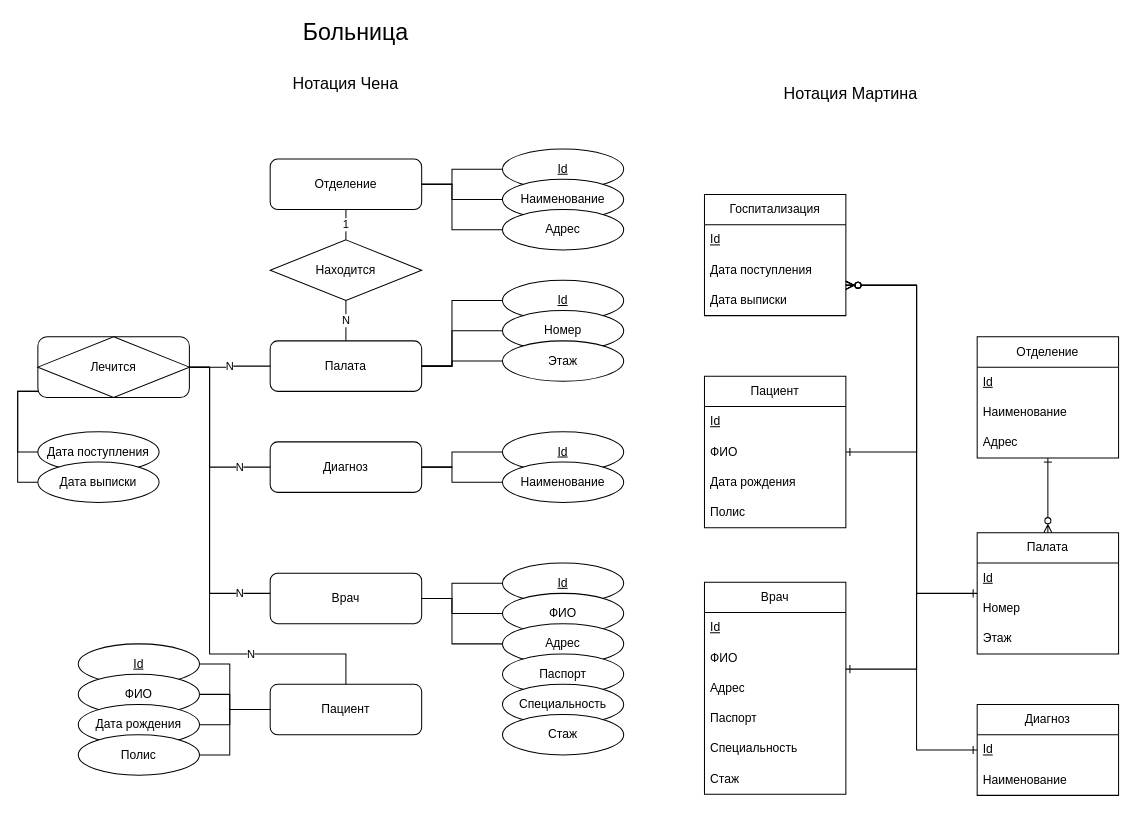
The draw.io diagram solutions/3.hospital.drawio in kireyevsv/nsu-course-databases-lab-er, before the edit. Source tidied: cells renumbered, new cells numbered last; positions are measured from the earlier drawing's top-left corner, leaving out a move shared by most shapes. Both pictures are drawn from the tidied source at 101%, with x=0, y=0 at pixel (17, 17).
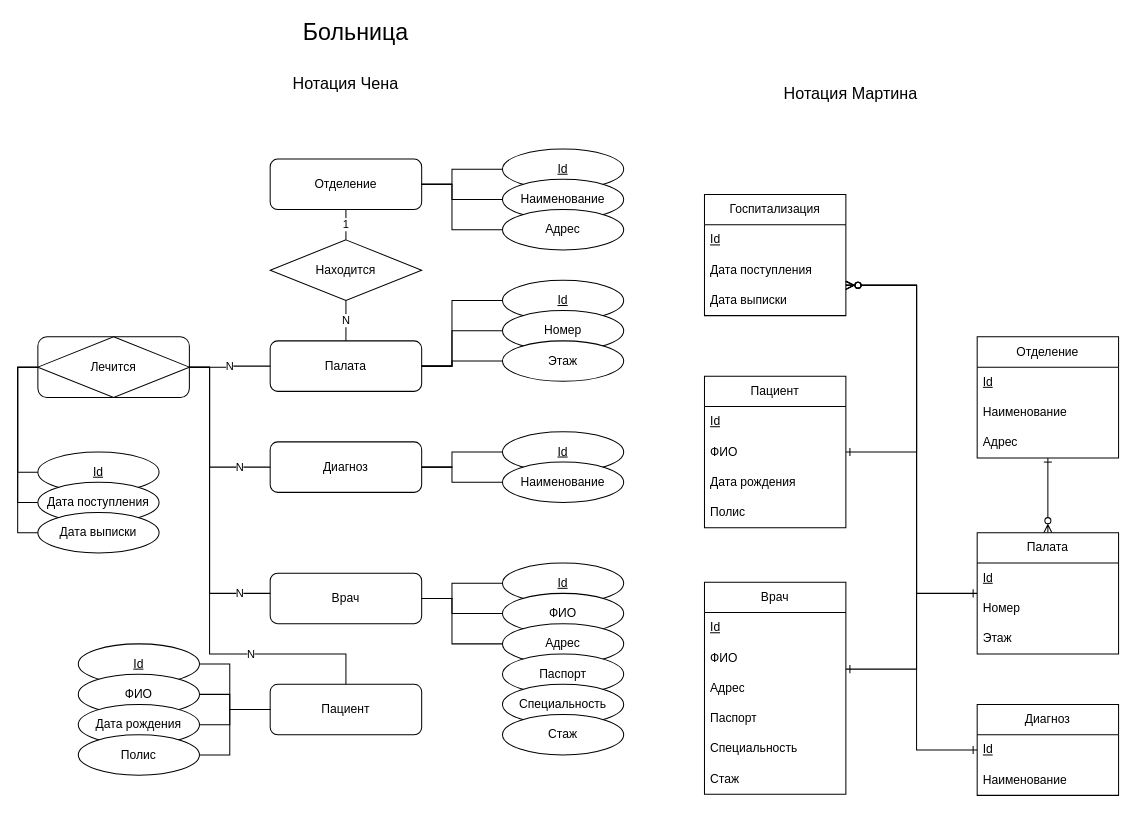
After the change.

Unchanged cells that the change refers to:
```xml
<mxCell id="37" style="rounded=1;whiteSpace=wrap;html=1;" parent="1" vertex="1">
  <mxGeometry x="20" y="316" width="150" height="60" as="geometry" />
</mxCell>
```

Diff of the diagram source:
```diff
@@
+    <mxCell id="88" value="Id" style="ellipse;whiteSpace=wrap;html=1;fontStyle=4;" parent="1" vertex="1">
+      <mxGeometry x="20" y="430" width="120" height="40" as="geometry" />
+    </mxCell>
     <mxCell id="2" style="edgeStyle=orthogonalEdgeStyle;rounded=0;jettySize=auto;html=1;endArrow=none;endFill=0;" parent="1" edge="1" source="16" target="37">
       <mxGeometry relative="1" as="geometry">
         <Array as="points">
-          <mxPoint y="460" />
-          <mxPoint y="370" />
+          <mxPoint y="510" />
+          <mxPoint y="346" />
         </Array>
       </mxGeometry>
     </mxCell>
     <mxCell id="3" style="rounded=0;jettySize=auto;html=1;endArrow=none;endFill=0;edgeStyle=orthogonalEdgeStyle;" parent="1" edge="1" source="15" target="37">
       <mxGeometry relative="1" as="geometry">
         <Array as="points">
-          <mxPoint y="430" />
-          <mxPoint y="370" />
+          <mxPoint y="480" />
+          <mxPoint y="346" />
         </Array>
       </mxGeometry>
     </mxCell>
@@
     <mxCell id="15" value="Дата поступления" style="ellipse;whiteSpace=wrap;html=1;fontStyle=0;" parent="1" vertex="1">
-      <mxGeometry x="20" y="410" width="120" height="40" as="geometry" />
+      <mxGeometry x="20" y="460" width="120" height="40" as="geometry" />
     </mxCell>
     <mxCell id="16" value="Дата выписки" style="ellipse;whiteSpace=wrap;html=1;fontStyle=0;" parent="1" vertex="1">
-      <mxGeometry x="20" y="440" width="120" height="40" as="geometry" />
+      <mxGeometry x="20" y="490" width="120" height="40" as="geometry" />
     </mxCell>
@@
+    <mxCell id="89" style="rounded=0;jettySize=auto;html=1;endArrow=none;endFill=0;edgeStyle=orthogonalEdgeStyle;" parent="1" edge="1" source="88" target="37">
+      <mxGeometry relative="1" as="geometry">
+        <Array as="points">
+          <mxPoint y="450" />
+          <mxPoint y="346" />
+        </Array>
+      </mxGeometry>
+    </mxCell>
```
